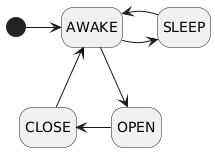
This is doc/UML/img/raw_container_task.png from Cinels/IoT-assignment-02, a PlantUML export, as it was before one commit. Source of this version:
```plantuml
@startuml
hide empty description

state SLEEP

state AWAKE

state OPEN

state CLOSE



[*] -right-> AWAKE
AWAKE -right-> SLEEP
SLEEP -left-> AWAKE
AWAKE -down-> OPEN
OPEN -left-> CLOSE
CLOSE -up-> AWAKE
@enduml
```
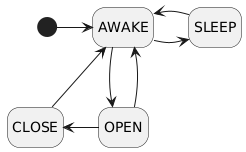
Later version of the same file.

What changed in the source:
```diff
@@ -15,6 +15,7 @@
 AWAKE -right-> SLEEP
 SLEEP -left-> AWAKE
 AWAKE -down-> OPEN
+OPEN -up-> AWAKE
 OPEN -left-> CLOSE
 CLOSE -up-> AWAKE
 @enduml
```
